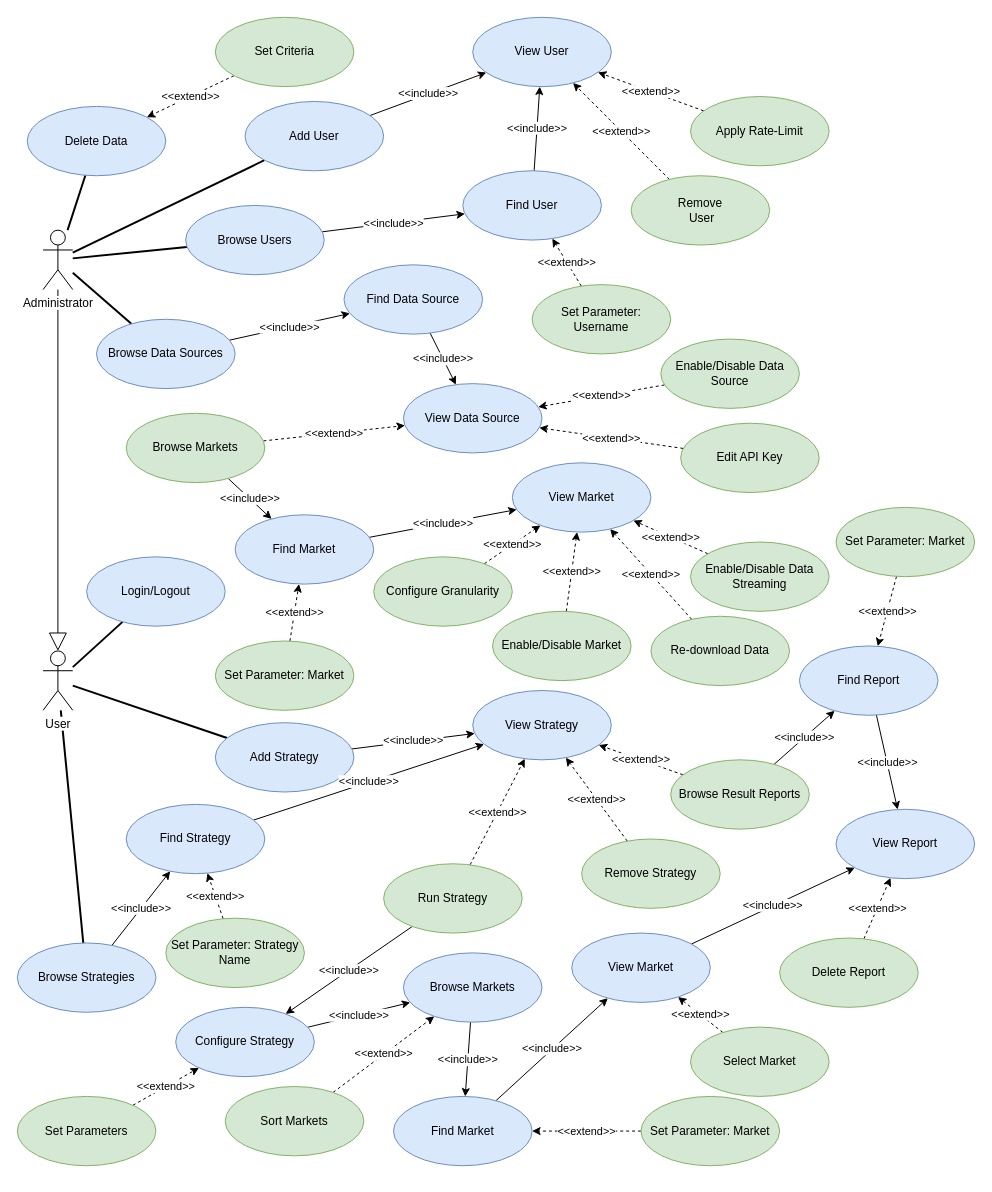
This is drawio/usecases.drawio from nferrante1/lsmsd2, a draw.io file, before an edit. Source tidied: cells renumbered, new cells numbered last; positions are measured from the earlier drawing's top-left corner, leaving out a move shared by most shapes. Both pictures are drawn from the tidied source at 99%, with x=0, y=0 at pixel (17, 17).
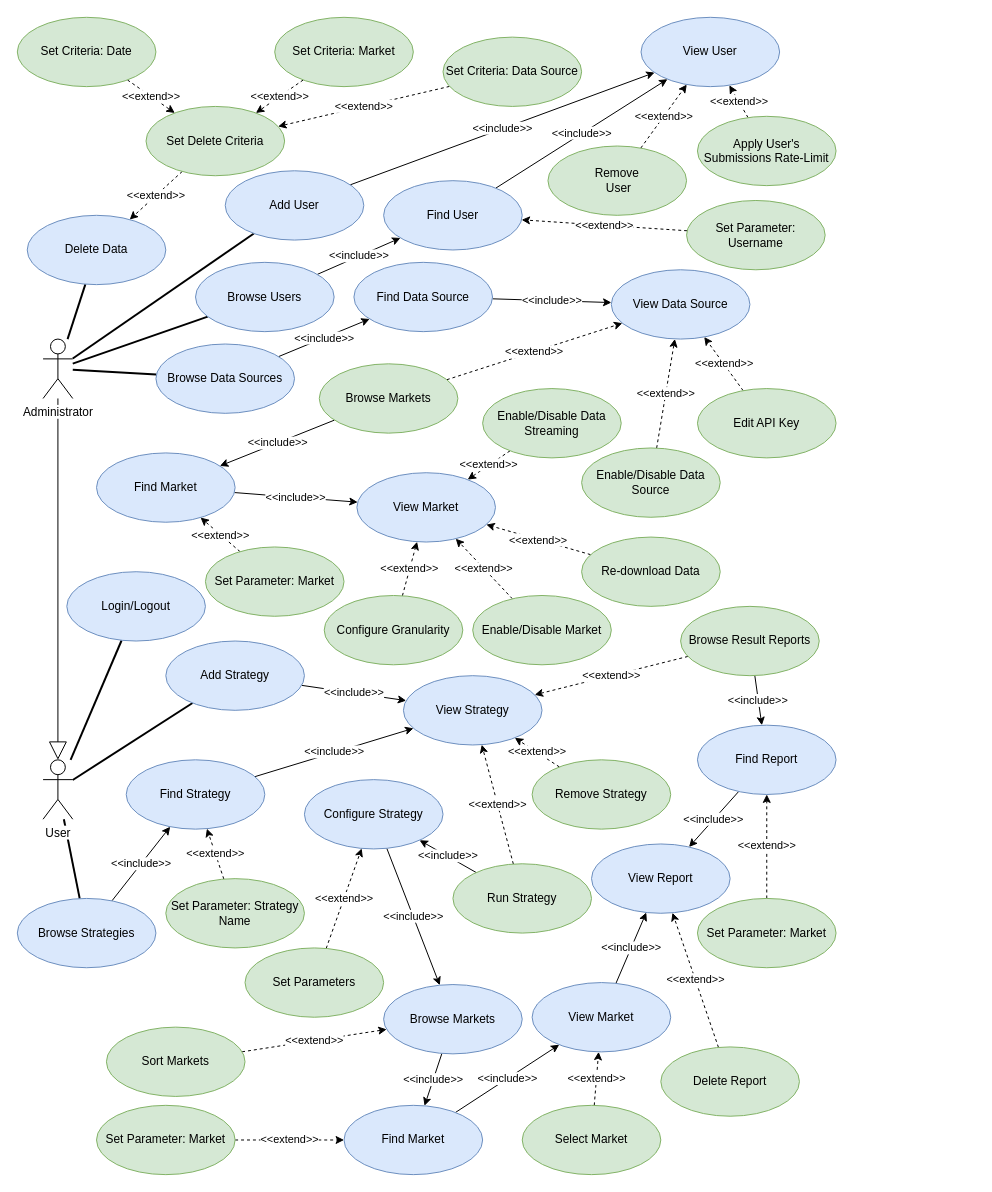
The same page after the edit.

Commit message:
Rearrange use cases to fit A4 format

Diff of the diagram source:
```diff
@@
     <mxCell id="7" value="&lt;div&gt;Administrator&lt;/div&gt;" style="shape=umlActor;verticalLabelPosition=bottom;labelBackgroundColor=#ffffff;verticalAlign=top;html=1;" parent="1" vertex="1">
-      <mxGeometry x="26" y="215" width="30" height="60" as="geometry" />
+      <mxGeometry x="26" y="325" width="30" height="60" as="geometry" />
     </mxCell>
@@
     <mxCell id="11" value="&lt;div&gt;User&lt;/div&gt;" style="shape=umlActor;verticalLabelPosition=bottom;labelBackgroundColor=#ffffff;verticalAlign=top;html=1;" parent="1" vertex="1">
-      <mxGeometry x="26" y="640" width="30" height="60" as="geometry" />
+      <mxGeometry x="26" y="750" width="30" height="60" as="geometry" />
     </mxCell>
@@
     <mxCell id="13" value="Add User" style="ellipse;whiteSpace=wrap;html=1;fillColor=#dae8fc;strokeColor=#6c8ebf;" parent="1" vertex="1">
-      <mxGeometry x="230" y="85" width="140" height="70" as="geometry" />
+      <mxGeometry x="210" y="155" width="140" height="70" as="geometry" />
     </mxCell>
@@
     <mxCell id="15" value="&lt;div&gt;Remove&lt;/div&gt;&amp;nbsp;User" style="ellipse;whiteSpace=wrap;html=1;fillColor=#d5e8d4;strokeColor=#82b366;" parent="1" vertex="1">
-      <mxGeometry x="620" y="160" width="140" height="70" as="geometry" />
+      <mxGeometry x="536" y="130" width="140" height="70" as="geometry" />
     </mxCell>
     <mxCell id="16" value="View Data Source" style="ellipse;whiteSpace=wrap;html=1;fillColor=#dae8fc;strokeColor=#6c8ebf;" parent="1" vertex="1">
-      <mxGeometry x="390" y="370" width="140" height="70" as="geometry" />
+      <mxGeometry x="600" y="255" width="140" height="70" as="geometry" />
     </mxCell>
@@
     <mxCell id="18" value="Enable/Disable Data Source" style="ellipse;whiteSpace=wrap;html=1;fillColor=#d5e8d4;strokeColor=#82b366;" parent="1" vertex="1">
-      <mxGeometry x="650" y="325" width="140" height="70" as="geometry" />
+      <mxGeometry x="570" y="435" width="140" height="70" as="geometry" />
     </mxCell>
@@
     <mxCell id="20" value="Configure Granularity" style="ellipse;whiteSpace=wrap;html=1;fillColor=#d5e8d4;strokeColor=#82b366;" parent="1" vertex="1">
-      <mxGeometry x="360" y="545" width="140" height="70" as="geometry" />
+      <mxGeometry x="310" y="584" width="140" height="70" as="geometry" />
     </mxCell>
     <mxCell id="21" value="View User" style="ellipse;whiteSpace=wrap;html=1;fillColor=#dae8fc;strokeColor=#6c8ebf;" parent="1" vertex="1">
-      <mxGeometry x="460" width="140" height="70" as="geometry" />
+      <mxGeometry x="630" width="140" height="70" as="geometry" />
     </mxCell>
@@
     <mxCell id="23" value="Browse Users" style="ellipse;whiteSpace=wrap;html=1;fillColor=#dae8fc;strokeColor=#6c8ebf;" parent="1" vertex="1">
-      <mxGeometry x="170" y="190" width="140" height="70" as="geometry" />
+      <mxGeometry x="180" y="247.5" width="140" height="70" as="geometry" />
     </mxCell>
@@
     <mxCell id="25" value="Find User" style="ellipse;whiteSpace=wrap;html=1;fillColor=#dae8fc;strokeColor=#6c8ebf;" parent="1" vertex="1">
-      <mxGeometry x="450" y="155" width="140" height="70" as="geometry" />
+      <mxGeometry x="370" y="165" width="140" height="70" as="geometry" />
     </mxCell>
@@
     <mxCell id="27" value="Set Parameter: Username" style="ellipse;whiteSpace=wrap;html=1;fillColor=#d5e8d4;strokeColor=#82b366;" parent="1" vertex="1">
-      <mxGeometry x="520" y="270" width="140" height="70" as="geometry" />
+      <mxGeometry x="676" y="185" width="140" height="70" as="geometry" />
     </mxCell>
@@
     <mxCell id="30" value="Browse Markets" style="ellipse;whiteSpace=wrap;html=1;fillColor=#d5e8d4;strokeColor=#82b366;" parent="1" vertex="1">
-      <mxGeometry x="110" y="400" width="140" height="70" as="geometry" />
+      <mxGeometry x="305" y="350" width="140" height="70" as="geometry" />
     </mxCell>
@@
     <mxCell id="32" value="Enable/Disable Market" style="ellipse;whiteSpace=wrap;html=1;fillColor=#d5e8d4;strokeColor=#82b366;" parent="1" vertex="1">
-      <mxGeometry x="480" y="600" width="140" height="70" as="geometry" />
+      <mxGeometry x="460" y="584" width="140" height="70" as="geometry" />
     </mxCell>
@@
-    <mxCell id="34" value="Apply Rate-Limit" style="ellipse;whiteSpace=wrap;html=1;fillColor=#d5e8d4;strokeColor=#82b366;" parent="1" vertex="1">
-      <mxGeometry x="680" y="80" width="140" height="70" as="geometry" />
+    <mxCell id="34" value="Apply User's Submissions Rate-Limit" style="ellipse;whiteSpace=wrap;html=1;fillColor=#d5e8d4;strokeColor=#82b366;" parent="1" vertex="1">
+      <mxGeometry x="687" y="100" width="140" height="70" as="geometry" />
     </mxCell>
     <mxCell id="35" value="Delete Data" style="ellipse;whiteSpace=wrap;html=1;fillColor=#dae8fc;strokeColor=#6c8ebf;" parent="1" vertex="1">
-      <mxGeometry x="10" y="90" width="140" height="70" as="geometry" />
+      <mxGeometry x="10" y="200" width="140" height="70" as="geometry" />
     </mxCell>
@@
-    <mxCell id="37" value="Set Criteria" style="ellipse;whiteSpace=wrap;html=1;fillColor=#d5e8d4;strokeColor=#82b366;" parent="1" vertex="1">
-      <mxGeometry x="200" width="140" height="70" as="geometry" />
+    <mxCell id="37" value="Set Delete Criteria" style="ellipse;whiteSpace=wrap;html=1;fillColor=#d5e8d4;strokeColor=#82b366;" parent="1" vertex="1">
+      <mxGeometry x="130" y="90" width="140" height="70" as="geometry" />
     </mxCell>
@@
     <mxCell id="39" value="Edit API Key" style="ellipse;whiteSpace=wrap;html=1;fillColor=#d5e8d4;strokeColor=#82b366;" parent="1" vertex="1">
-      <mxGeometry x="670" y="410" width="140" height="70" as="geometry" />
+      <mxGeometry x="687" y="375" width="140" height="70" as="geometry" />
     </mxCell>
@@
     <mxCell id="41" value="Enable/Disable Data Streaming" style="ellipse;whiteSpace=wrap;html=1;fillColor=#d5e8d4;strokeColor=#82b366;" parent="1" vertex="1">
-      <mxGeometry x="680" y="530" width="140" height="70" as="geometry" />
+      <mxGeometry x="470" y="375" width="140" height="70" as="geometry" />
     </mxCell>
@@
     <mxCell id="43" value="Re-download Data" style="ellipse;whiteSpace=wrap;html=1;fillColor=#d5e8d4;strokeColor=#82b366;" parent="1" vertex="1">
-      <mxGeometry x="640" y="605" width="140" height="70" as="geometry" />
+      <mxGeometry x="570" y="525" width="140" height="70" as="geometry" />
     </mxCell>
@@
     <mxCell id="45" value="Browse Data Sources" style="ellipse;whiteSpace=wrap;html=1;fillColor=#dae8fc;strokeColor=#6c8ebf;" parent="1" vertex="1">
-      <mxGeometry x="80" y="305" width="140" height="70" as="geometry" />
+      <mxGeometry x="140" y="330" width="140" height="70" as="geometry" />
     </mxCell>
@@
     <mxCell id="47" value="Find Data Source" style="ellipse;whiteSpace=wrap;html=1;fillColor=#dae8fc;strokeColor=#6c8ebf;" parent="1" vertex="1">
-      <mxGeometry x="330" y="250" width="140" height="70" as="geometry" />
+      <mxGeometry x="340" y="247.5" width="140" height="70" as="geometry" />
     </mxCell>
@@
     <mxCell id="49" value="Find Market" style="ellipse;whiteSpace=wrap;html=1;fillColor=#dae8fc;strokeColor=#6c8ebf;" parent="1" vertex="1">
-      <mxGeometry x="220" y="502.5" width="140" height="70" as="geometry" />
+      <mxGeometry x="80" y="440" width="140" height="70" as="geometry" />
     </mxCell>
@@
     <mxCell id="51" value="Set Parameter: Market" style="ellipse;whiteSpace=wrap;html=1;fillColor=#d5e8d4;strokeColor=#82b366;" parent="1" vertex="1">
-      <mxGeometry x="200" y="630" width="140" height="70" as="geometry" />
+      <mxGeometry x="190" y="535" width="140" height="70" as="geometry" />
     </mxCell>
     <mxCell id="52" value="View Market" style="ellipse;whiteSpace=wrap;html=1;fillColor=#dae8fc;strokeColor=#6c8ebf;" parent="1" vertex="1">
-      <mxGeometry x="500" y="450" width="140" height="70" as="geometry" />
+      <mxGeometry x="343" y="460" width="140" height="70" as="geometry" />
     </mxCell>
     <mxCell id="53" value="Login/Logout" style="ellipse;whiteSpace=wrap;html=1;fillColor=#dae8fc;strokeColor=#6c8ebf;" parent="1" vertex="1">
-      <mxGeometry x="70" y="545" width="140" height="70" as="geometry" />
+      <mxGeometry x="50" y="560" width="140" height="70" as="geometry" />
     </mxCell>
@@
     <mxCell id="55" value="Add Strategy" style="ellipse;whiteSpace=wrap;html=1;fillColor=#dae8fc;strokeColor=#6c8ebf;" parent="1" vertex="1">
-      <mxGeometry x="200" y="712.5" width="140" height="70" as="geometry" />
+      <mxGeometry x="150" y="630" width="140" height="70" as="geometry" />
     </mxCell>
     <mxCell id="56" value="View Strategy" style="ellipse;whiteSpace=wrap;html=1;fillColor=#dae8fc;strokeColor=#6c8ebf;" parent="1" vertex="1">
-      <mxGeometry x="460" y="680" width="140" height="70" as="geometry" />
+      <mxGeometry x="390" y="665" width="140" height="70" as="geometry" />
     </mxCell>
@@
     <mxCell id="58" value="Browse Strategies" style="ellipse;whiteSpace=wrap;html=1;fillColor=#dae8fc;strokeColor=#6c8ebf;" parent="1" vertex="1">
-      <mxGeometry y="935" width="140" height="70" as="geometry" />
+      <mxGeometry y="890" width="140" height="70" as="geometry" />
     </mxCell>
@@
     <mxCell id="60" value="Find Strategy" style="ellipse;whiteSpace=wrap;html=1;fillColor=#dae8fc;strokeColor=#6c8ebf;" parent="1" vertex="1">
-      <mxGeometry x="110" y="795" width="140" height="70" as="geometry" />
+      <mxGeometry x="110" y="750" width="140" height="70" as="geometry" />
     </mxCell>
@@
     <mxCell id="62" value="Set Parameter: Strategy Name" style="ellipse;whiteSpace=wrap;html=1;fillColor=#d5e8d4;strokeColor=#82b366;" parent="1" vertex="1">
-      <mxGeometry x="150" y="910" width="140" height="70" as="geometry" />
+      <mxGeometry x="150" y="870" width="140" height="70" as="geometry" />
     </mxCell>
@@
     <mxCell id="65" value="Run Strategy" style="ellipse;whiteSpace=wrap;html=1;fillColor=#d5e8d4;strokeColor=#82b366;" parent="1" vertex="1">
-      <mxGeometry x="370" y="855" width="140" height="70" as="geometry" />
+      <mxGeometry x="440" y="855" width="140" height="70" as="geometry" />
     </mxCell>
@@
     <mxCell id="68" value="Browse Result Reports" style="ellipse;whiteSpace=wrap;html=1;fillColor=#d5e8d4;strokeColor=#82b366;" parent="1" vertex="1">
-      <mxGeometry x="660" y="750" width="140" height="70" as="geometry" />
+      <mxGeometry x="670" y="595" width="140" height="70" as="geometry" />
     </mxCell>
@@
     <mxCell id="70" value="Configure Strategy" style="ellipse;whiteSpace=wrap;html=1;fillColor=#dae8fc;strokeColor=#6c8ebf;" parent="1" vertex="1">
-      <mxGeometry x="160" y="1000" width="140" height="70" as="geometry" />
+      <mxGeometry x="290" y="770" width="140" height="70" as="geometry" />
     </mxCell>
@@
     <mxCell id="72" value="Browse Markets" style="ellipse;whiteSpace=wrap;html=1;fillColor=#dae8fc;strokeColor=#6c8ebf;" parent="1" vertex="1">
-      <mxGeometry x="390" y="945" width="140" height="70" as="geometry" />
+      <mxGeometry x="370" y="977" width="140" height="70" as="geometry" />
     </mxCell>
@@
     <mxCell id="74" value="Find Market" style="ellipse;whiteSpace=wrap;html=1;fillColor=#dae8fc;strokeColor=#6c8ebf;" parent="1" vertex="1">
-      <mxGeometry x="380" y="1090" width="140" height="70" as="geometry" />
+      <mxGeometry x="330" y="1099" width="140" height="70" as="geometry" />
     </mxCell>
@@
     <mxCell id="76" value="Set Parameter: Market " style="ellipse;whiteSpace=wrap;html=1;fillColor=#d5e8d4;strokeColor=#82b366;" parent="1" vertex="1">
-      <mxGeometry x="630" y="1090" width="140" height="70" as="geometry" />
+      <mxGeometry x="80" y="1099" width="140" height="70" as="geometry" />
     </mxCell>
@@
     <mxCell id="78" value="Set Parameters" style="ellipse;whiteSpace=wrap;html=1;fillColor=#d5e8d4;strokeColor=#82b366;" parent="1" vertex="1">
-      <mxGeometry y="1090" width="140" height="70" as="geometry" />
+      <mxGeometry x="230" y="940" width="140" height="70" as="geometry" />
     </mxCell>
@@
     <mxCell id="80" value="Sort Markets" style="ellipse;whiteSpace=wrap;html=1;fillColor=#d5e8d4;strokeColor=#82b366;" parent="1" vertex="1">
-      <mxGeometry x="210" y="1080" width="140" height="70" as="geometry" />
+      <mxGeometry x="90" y="1020" width="140" height="70" as="geometry" />
     </mxCell>
@@
     <mxCell id="82" value="Remove Strategy" style="ellipse;whiteSpace=wrap;html=1;fillColor=#d5e8d4;strokeColor=#82b366;" parent="1" vertex="1">
-      <mxGeometry x="570" y="830" width="140" height="70" as="geometry" />
+      <mxGeometry x="520" y="750" width="140" height="70" as="geometry" />
     </mxCell>
@@
     <mxCell id="84" value="Select Market" style="ellipse;whiteSpace=wrap;html=1;fillColor=#d5e8d4;strokeColor=#82b366;" parent="1" vertex="1">
-      <mxGeometry x="680" y="1020" width="140" height="70" as="geometry" />
+      <mxGeometry x="510" y="1099" width="140" height="70" as="geometry" />
     </mxCell>
@@
     <mxCell id="86" value="View Market" style="ellipse;whiteSpace=wrap;html=1;fillColor=#dae8fc;strokeColor=#6c8ebf;" parent="1" vertex="1">
-      <mxGeometry x="560" y="925" width="140" height="70" as="geometry" />
+      <mxGeometry x="520" y="975" width="140" height="70" as="geometry" />
     </mxCell>
@@
     <mxCell id="88" value="Find Report" style="ellipse;whiteSpace=wrap;html=1;fillColor=#dae8fc;strokeColor=#6c8ebf;" parent="1" vertex="1">
-      <mxGeometry x="790" y="635" width="140" height="70" as="geometry" />
+      <mxGeometry x="687" y="715" width="140" height="70" as="geometry" />
     </mxCell>
     <mxCell id="89" value="View Report" style="ellipse;whiteSpace=wrap;html=1;fillColor=#dae8fc;strokeColor=#6c8ebf;" parent="1" vertex="1">
-      <mxGeometry x="827" y="800" width="140" height="70" as="geometry" />
+      <mxGeometry x="580" y="835" width="140" height="70" as="geometry" />
     </mxCell>
@@
     <mxCell id="91" value="Delete Report" style="ellipse;whiteSpace=wrap;html=1;fillColor=#d5e8d4;strokeColor=#82b366;" parent="1" vertex="1">
-      <mxGeometry x="770" y="930" width="140" height="70" as="geometry" />
+      <mxGeometry x="650" y="1040" width="140" height="70" as="geometry" />
     </mxCell>
@@
     <mxCell id="93" value="Set Parameter: Market" style="ellipse;whiteSpace=wrap;html=1;fillColor=#d5e8d4;strokeColor=#82b366;" parent="1" vertex="1">
-      <mxGeometry x="827" y="495" width="140" height="70" as="geometry" />
+      <mxGeometry x="687" y="890" width="140" height="70" as="geometry" />
     </mxCell>
+    <mxCell id="94" value="&amp;lt;&amp;lt;extend&amp;gt;&amp;gt;" style="edgeStyle=none;rounded=0;jettySize=auto;html=1;dashed=1;" parent="1" edge="1" source="95" target="37">
+      <mxGeometry relative="1" as="geometry" />
+    </mxCell>
+    <mxCell id="95" value="Set Criteria: Date" style="ellipse;whiteSpace=wrap;html=1;fillColor=#d5e8d4;strokeColor=#82b366;" parent="1" vertex="1">
+      <mxGeometry width="140" height="70" as="geometry" />
+    </mxCell>
+    <mxCell id="96" value="&amp;lt;&amp;lt;extend&amp;gt;&amp;gt;" style="edgeStyle=none;rounded=0;jettySize=auto;html=1;dashed=1;" parent="1" edge="1" source="97" target="37">
+      <mxGeometry relative="1" as="geometry" />
+    </mxCell>
+    <mxCell id="97" value="Set Criteria: Market" style="ellipse;whiteSpace=wrap;html=1;fillColor=#d5e8d4;strokeColor=#82b366;" parent="1" vertex="1">
+      <mxGeometry x="260" width="140" height="70" as="geometry" />
+    </mxCell>
+    <mxCell id="98" value="&amp;lt;&amp;lt;extend&amp;gt;&amp;gt;" style="edgeStyle=none;rounded=0;jettySize=auto;html=1;dashed=1;" parent="1" edge="1" source="99" target="37">
+      <mxGeometry relative="1" as="geometry" />
+    </mxCell>
+    <mxCell id="99" value="Set Criteria: Data Source" style="ellipse;whiteSpace=wrap;html=1;fillColor=#d5e8d4;strokeColor=#82b366;" parent="1" vertex="1">
+      <mxGeometry x="430" y="20" width="140" height="70" as="geometry" />
+    </mxCell>
```
